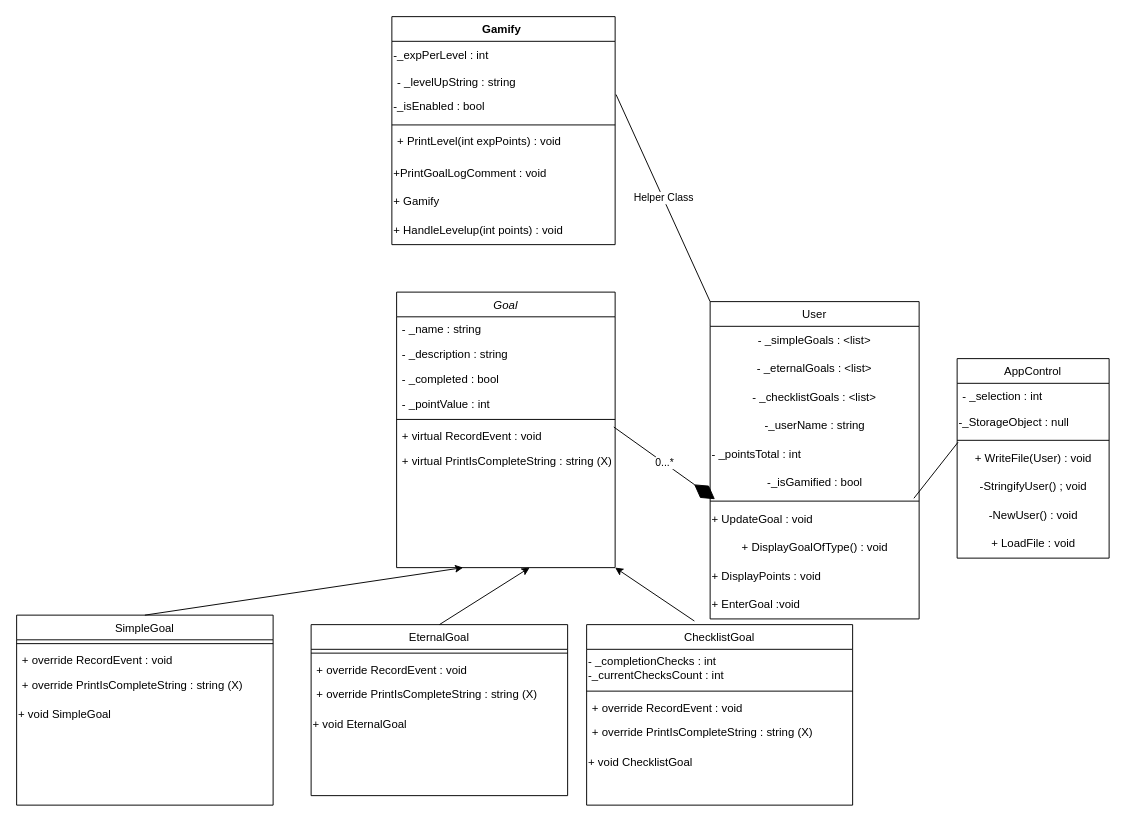
The draw.io diagram prove/Develop05/TomEternalQuest.drawio in ThomasAMH/cse210-projects, before the edit. Source tidied: cells renumbered, new cells numbered last; positions are measured from the earlier drawing's top-left corner, leaving out a move shared by most shapes. Both pictures are drawn from the tidied source at 95%, with x=0, y=0 at pixel (16, 16).
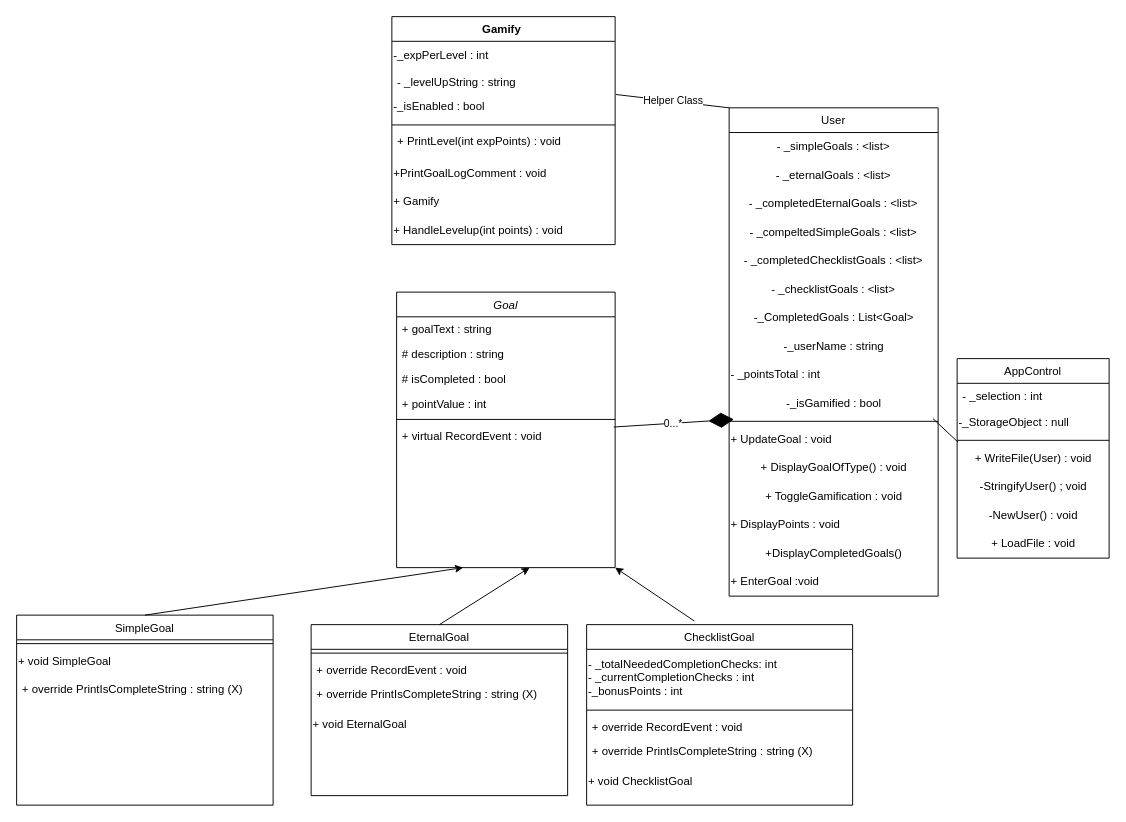
Above is the later version.

Unchanged cells that the change refers to:
```xml
<mxCell id="2" value="Goal" style="swimlane;fontStyle=2;align=center;verticalAlign=top;horizontal=1;startSize=26;rounded=0;shadow=0;strokeWidth=1;" parent="1" vertex="1">
  <mxGeometry x="400" y="290" width="230" height="290" as="geometry" />
</mxCell>
<mxCell id="10" value="SimpleGoal" style="swimlane;fontStyle=0;align=center;verticalAlign=top;horizontal=1;startSize=26;rounded=0;shadow=0;strokeWidth=1;" parent="1" vertex="1">
  <mxGeometry y="630" width="270" height="200" as="geometry" />
</mxCell>
<mxCell id="15" value="ChecklistGoal" style="swimlane;fontStyle=0;align=center;verticalAlign=top;horizontal=1;startSize=26;rounded=0;shadow=0;strokeWidth=1;" parent="1" vertex="1">
  <mxGeometry x="600" y="640" width="280" height="190" as="geometry" />
</mxCell>
```

What changed in the source:
```diff
@@
-    <mxCell id="3" value="- _name : string" style="text;align=left;verticalAlign=top;spacingLeft=4;spacingRight=4;overflow=hidden;" parent="2" vertex="1">
+    <mxCell id="3" value="+ goalText : string" style="text;align=left;verticalAlign=top;spacingLeft=4;spacingRight=4;overflow=hidden;" parent="2" vertex="1">
       <mxGeometry y="26" width="230" height="26" as="geometry" />
     </mxCell>
-    <mxCell id="4" value="- _description : string" style="text;align=left;verticalAlign=top;spacingLeft=4;spacingRight=4;overflow=hidden;rounded=0;shadow=0;html=0;" parent="2" vertex="1">
+    <mxCell id="4" value="# description : string" style="text;align=left;verticalAlign=top;spacingLeft=4;spacingRight=4;overflow=hidden;rounded=0;shadow=0;html=0;" parent="2" vertex="1">
       <mxGeometry y="52" width="230" height="26" as="geometry" />
     </mxCell>
-    <mxCell id="5" value="- _completed : bool" style="text;align=left;verticalAlign=top;spacingLeft=4;spacingRight=4;overflow=hidden;rounded=0;shadow=0;html=0;" parent="2" vertex="1">
+    <mxCell id="5" value="# isCompleted : bool" style="text;align=left;verticalAlign=top;spacingLeft=4;spacingRight=4;overflow=hidden;rounded=0;shadow=0;html=0;" parent="2" vertex="1">
       <mxGeometry y="78" width="230" height="26" as="geometry" />
     </mxCell>
-    <mxCell id="6" value="- _pointValue : int" style="text;align=left;verticalAlign=top;spacingLeft=4;spacingRight=4;overflow=hidden;rounded=0;shadow=0;html=0;" parent="2" vertex="1">
+    <mxCell id="6" value="+ pointValue : int" style="text;align=left;verticalAlign=top;spacingLeft=4;spacingRight=4;overflow=hidden;rounded=0;shadow=0;html=0;" parent="2" vertex="1">
       <mxGeometry y="104" width="230" height="26" as="geometry" />
     </mxCell>
@@
-    <mxCell id="9" value="+ virtual PrintIsCompleteString : string (X)" style="text;align=left;verticalAlign=top;spacingLeft=4;spacingRight=4;overflow=hidden;" parent="2" vertex="1">
-      <mxGeometry y="164" width="230" height="30" as="geometry" />
-    </mxCell>
@@
-    <mxCell id="12" value="+ override RecordEvent : void" style="text;align=left;verticalAlign=top;spacingLeft=4;spacingRight=4;overflow=hidden;" parent="10" vertex="1">
-      <mxGeometry y="34" width="270" height="26" as="geometry" />
-    </mxCell>
+    <mxCell id="14" value="+ void SimpleGoal" style="text;html=1;align=left;verticalAlign=middle;strokeColor=none;fillColor=none;" parent="10" vertex="1">
+      <mxGeometry y="34" width="270" height="30" as="geometry" />
+    </mxCell>
-    <mxCell id="13" value="+ override PrintIsCompleteString : string (X)" style="text;align=left;verticalAlign=top;spacingLeft=4;spacingRight=4;overflow=hidden;" parent="10" vertex="1">
-      <mxGeometry y="60" width="270" height="30" as="geometry" />
+    <mxCell id="13" value="+ override PrintIsCompleteString : string (X)" style="text;align=left;verticalAlign=top;spacingLeft=4;spacingRight=4;overflow=hidden;" parent="10" vertex="1">
+      <mxGeometry y="64" width="270" height="30" as="geometry" />
     </mxCell>
-    <mxCell id="14" value="+ void SimpleGoal" style="text;html=1;align=left;verticalAlign=middle;strokeColor=none;fillColor=none;" parent="10" vertex="1">
-      <mxGeometry y="90" width="270" height="30" as="geometry" />
-    </mxCell>
@@
-    <mxCell id="16" value="- _completionChecks : int&lt;br&gt;-_currentChecksCount : int" style="text;html=1;align=left;verticalAlign=middle;strokeColor=none;fillColor=none;" parent="15" vertex="1">
-      <mxGeometry y="26" width="280" height="40" as="geometry" />
+    <mxCell id="16" value="-&amp;nbsp;_totalNeededCompletionChecks&lt;span style=&quot;background-color: initial;&quot;&gt;: int&lt;/span&gt;&lt;br&gt;- _currentCompletionChecks&amp;nbsp;: int&lt;br&gt;-_bonusPoints : int" style="text;html=1;align=left;verticalAlign=middle;strokeColor=none;fillColor=none;" parent="15" vertex="1">
+      <mxGeometry y="26" width="280" height="60" as="geometry" />
     </mxCell>
     <mxCell id="17" style="line;strokeWidth=1;fillColor=none;align=left;verticalAlign=middle;spacingTop=-1;spacingLeft=3;spacingRight=3;labelPosition=right;strokeColor=inherit;" parent="15" vertex="1">
-      <mxGeometry y="66" width="280" height="8" as="geometry" />
+      <mxGeometry y="86" width="280" height="8" as="geometry" />
     </mxCell>
     <mxCell id="18" value="+ override RecordEvent : void" style="text;align=left;verticalAlign=top;spacingLeft=4;spacingRight=4;overflow=hidden;" parent="15" vertex="1">
-      <mxGeometry y="74" width="280" height="26" as="geometry" />
+      <mxGeometry y="94" width="280" height="26" as="geometry" />
     </mxCell>
     <mxCell id="19" value="+ override PrintIsCompleteString : string (X)" style="text;align=left;verticalAlign=top;spacingLeft=4;spacingRight=4;overflow=hidden;" parent="15" vertex="1">
-      <mxGeometry y="100" width="280" height="30" as="geometry" />
+      <mxGeometry y="120" width="280" height="30" as="geometry" />
     </mxCell>
     <mxCell id="20" value="+ void ChecklistGoal" style="text;html=1;align=left;verticalAlign=middle;strokeColor=none;fillColor=none;" parent="15" vertex="1">
-      <mxGeometry y="130" width="280" height="30" as="geometry" />
+      <mxGeometry y="150" width="280" height="30" as="geometry" />
     </mxCell>
     <mxCell id="21" value="User" style="swimlane;fontStyle=0;align=center;verticalAlign=top;horizontal=1;startSize=26;rounded=0;shadow=0;strokeWidth=1;" parent="1" vertex="1">
-      <mxGeometry x="730" y="300" width="220" height="334" as="geometry" />
+      <mxGeometry x="750" y="96" width="220" height="514" as="geometry" />
     </mxCell>
@@
+    <mxCell id="61" value="- _completedEternalGoals : &amp;lt;list&amp;gt;" style="text;html=1;strokeColor=none;fillColor=none;align=center;verticalAlign=middle;whiteSpace=wrap;rounded=0;" parent="21" vertex="1">
+      <mxGeometry y="86" width="220" height="30" as="geometry" />
+    </mxCell>
+    <mxCell id="62" value="- _compeltedSimpleGoals : &amp;lt;list&amp;gt;" style="text;html=1;strokeColor=none;fillColor=none;align=center;verticalAlign=middle;whiteSpace=wrap;rounded=0;" parent="21" vertex="1">
+      <mxGeometry y="116" width="220" height="30" as="geometry" />
+    </mxCell>
+    <mxCell id="63" value="- _completedChecklistGoals : &amp;lt;list&amp;gt;" style="text;html=1;strokeColor=none;fillColor=none;align=center;verticalAlign=middle;whiteSpace=wrap;rounded=0;" parent="21" vertex="1">
+      <mxGeometry y="146" width="220" height="30" as="geometry" />
+    </mxCell>
     <mxCell id="24" value="- _checklistGoals : &amp;lt;list&amp;gt;" style="text;html=1;strokeColor=none;fillColor=none;align=center;verticalAlign=middle;whiteSpace=wrap;rounded=0;" parent="21" vertex="1">
-      <mxGeometry y="86" width="220" height="30" as="geometry" />
+      <mxGeometry y="176" width="220" height="30" as="geometry" />
     </mxCell>
+    <mxCell id="64" value="-_CompletedGoals : List&amp;lt;Goal&amp;gt;" style="text;html=1;align=center;verticalAlign=middle;strokeColor=none;fillColor=none;" parent="21" vertex="1">
+      <mxGeometry y="206" width="220" height="30" as="geometry" />
+    </mxCell>
     <mxCell id="25" value="-_userName : string" style="text;html=1;align=center;verticalAlign=middle;strokeColor=none;fillColor=none;" parent="21" vertex="1">
-      <mxGeometry y="116" width="220" height="30" as="geometry" />
+      <mxGeometry y="236" width="220" height="30" as="geometry" />
     </mxCell>
     <mxCell id="26" value="- _pointsTotal : int" style="text;html=1;strokeColor=none;fillColor=none;align=left;verticalAlign=middle;whiteSpace=wrap;rounded=0;" parent="21" vertex="1">
-      <mxGeometry y="146" width="220" height="30" as="geometry" />
+      <mxGeometry y="266" width="220" height="30" as="geometry" />
     </mxCell>
     <mxCell id="27" value="-_isGamified : bool" style="text;html=1;align=center;verticalAlign=middle;strokeColor=none;fillColor=none;" parent="21" vertex="1">
-      <mxGeometry y="176" width="220" height="30" as="geometry" />
+      <mxGeometry y="296" width="220" height="30" as="geometry" />
     </mxCell>
     <mxCell id="28" style="line;html=1;strokeWidth=1;align=left;verticalAlign=middle;spacingTop=-1;spacingLeft=3;spacingRight=3;labelPosition=right;points=[];portConstraint=eastwest;" parent="21" vertex="1">
-      <mxGeometry y="206" width="220" height="8" as="geometry" />
+      <mxGeometry y="326" width="220" height="8" as="geometry" />
     </mxCell>
     <mxCell id="29" value="+ UpdateGoal : void" style="text;html=1;strokeColor=none;fillColor=none;align=left;verticalAlign=middle;whiteSpace=wrap;rounded=0;" parent="21" vertex="1">
-      <mxGeometry y="214" width="220" height="30" as="geometry" />
+      <mxGeometry y="334" width="220" height="30" as="geometry" />
     </mxCell>
     <mxCell id="30" value="+ DisplayGoalOfType() : void" style="text;html=1;align=center;verticalAlign=middle;strokeColor=none;fillColor=none;" parent="21" vertex="1">
-      <mxGeometry y="244" width="220" height="30" as="geometry" />
+      <mxGeometry y="364" width="220" height="30" as="geometry" />
     </mxCell>
+    <mxCell id="65" value="+ ToggleGamification : void" style="text;html=1;align=center;verticalAlign=middle;strokeColor=none;fillColor=none;" parent="21" vertex="1">
+      <mxGeometry y="394" width="220" height="30" as="geometry" />
+    </mxCell>
     <mxCell id="31" value="+ DisplayPoints : void" style="text;html=1;align=left;verticalAlign=middle;strokeColor=none;fillColor=none;" parent="21" vertex="1">
-      <mxGeometry y="274" width="220" height="30" as="geometry" />
+      <mxGeometry y="424" width="220" height="30" as="geometry" />
     </mxCell>
+    <mxCell id="66" value="+DisplayCompletedGoals()" style="text;html=1;align=center;verticalAlign=middle;strokeColor=none;fillColor=none;" parent="21" vertex="1">
+      <mxGeometry y="454" width="220" height="30" as="geometry" />
+    </mxCell>
     <mxCell id="32" value="+ EnterGoal :void" style="text;html=1;strokeColor=none;fillColor=none;align=left;verticalAlign=middle;whiteSpace=wrap;rounded=0;" parent="21" vertex="1">
-      <mxGeometry y="304" width="220" height="30" as="geometry" />
+      <mxGeometry y="484" width="220" height="30" as="geometry" />
     </mxCell>
```
